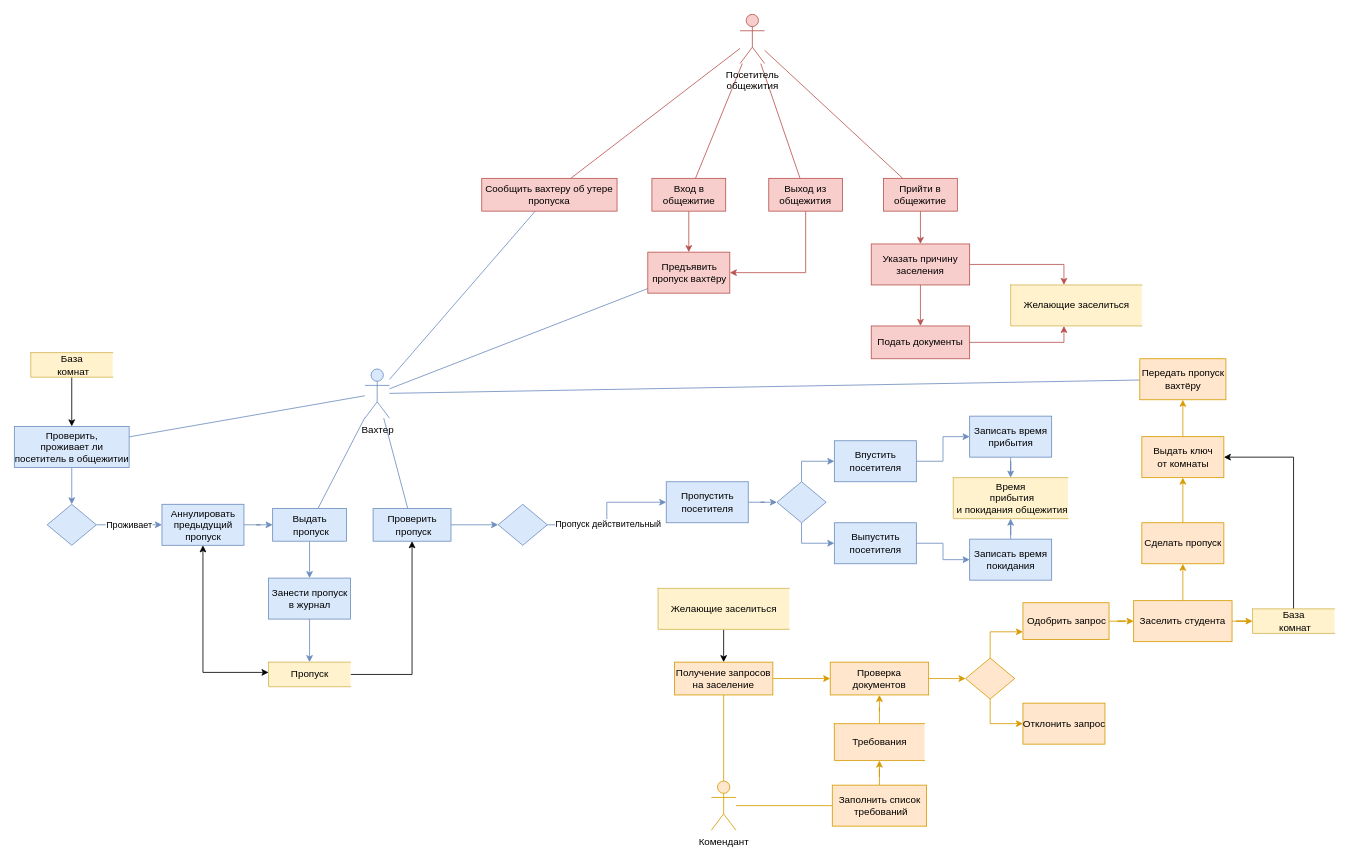
This is KPP DFD.drawio from jsfrau/Zamay, a draw.io file, before an edit. Source tidied: cells renumbered, new cells numbered last; positions are measured from the earlier drawing's top-left corner, leaving out a move shared by most shapes. Both pictures are drawn from the tidied source at 82%, with x=0, y=0 at pixel (14, 14).
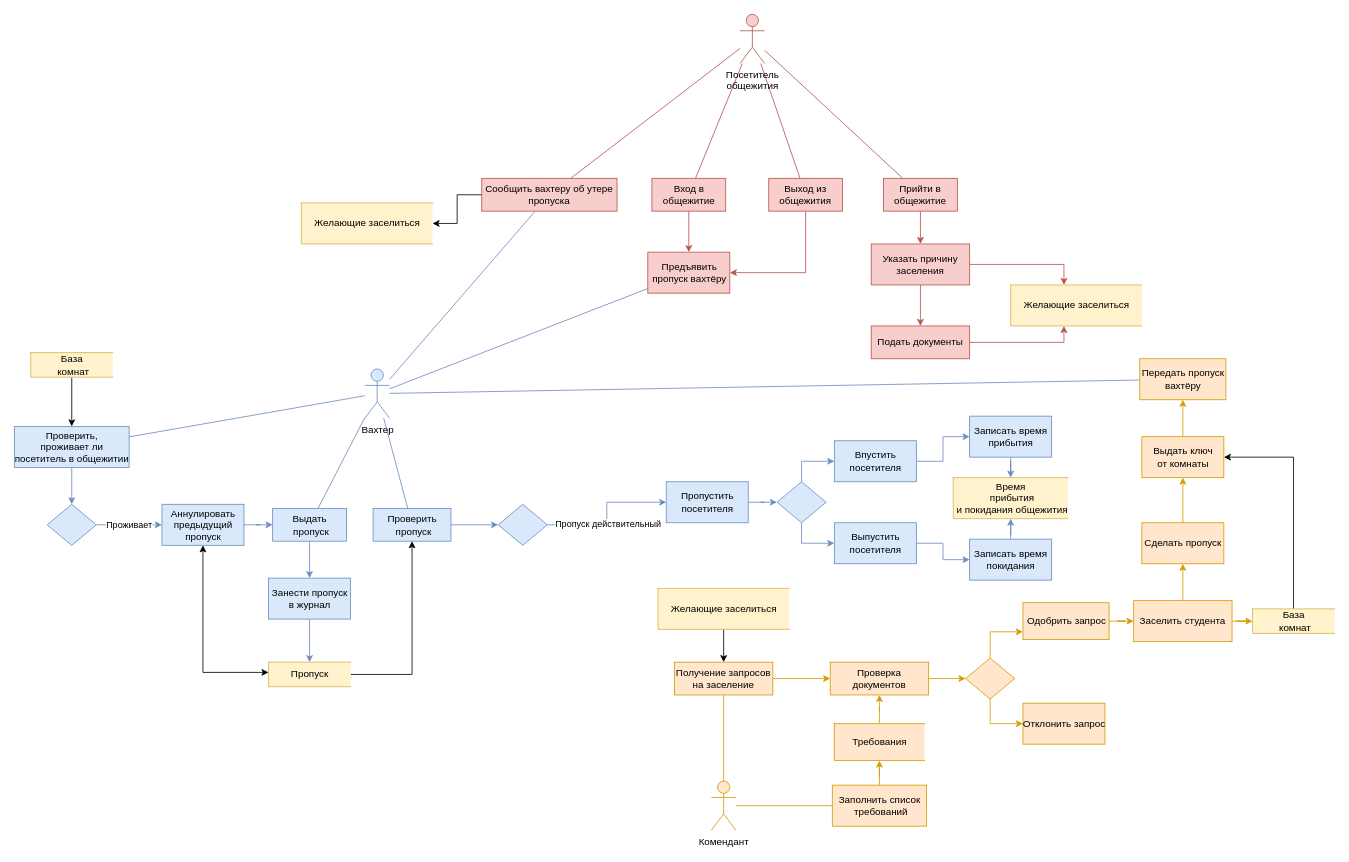
The same diagram, later.

The change refers to these unchanged cells:
```xml
<mxCell id="12" value="&lt;span&gt;Сообщить вахтеру об утере пропуска&lt;/span&gt;" style="rounded=0;whiteSpace=wrap;html=1;fillColor=#f8cecc;strokeColor=#b85450;" parent="1" vertex="1">
  <mxGeometry x="570" y="200" width="165" height="40" as="geometry" />
</mxCell>
```

Diff of the diagram source:
```diff
@@
+    <mxCell id="92" style="edgeStyle=orthogonalEdgeStyle;rounded=0;jettySize=auto;html=1;" parent="1" edge="1" source="12" target="93">
+      <mxGeometry relative="1" as="geometry" />
+    </mxCell>
@@
+    <mxCell id="93" value="Желающие заселиться" style="html=1;dashed=0;whitespace=wrap;shape=partialRectangle;right=0;fillColor=#fff2cc;strokeColor=#d6b656;" parent="1" vertex="1">
+      <mxGeometry x="350" y="230" width="160" height="50" as="geometry" />
+    </mxCell>
```
